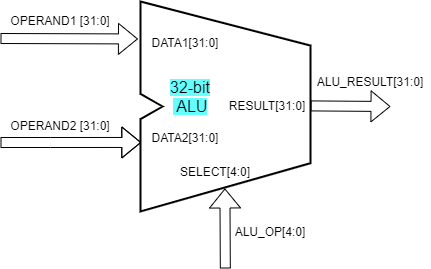
cepdnaclk/e16-co502-RV32IM-pipeline-implementation-group1 keeps this draw.io diagram as images/hardware_units/alu/alu.png. Above is the earlier version. Source tidied: cells renumbered, new cells last; positions are measured from the earlier drawing's top-left corner, leaving out a move shared by most shapes. The source it was exported from:
```xml
<mxGraphModel>
  <root>
    <mxCell id="0" />
    <mxCell id="1" parent="0" />
    <mxCell id="2" style="verticalLabelPosition=bottom;verticalAlign=top;html=1;shape=mxgraph.basic.polygon;polyCoords=[[0,0],[1,0.21],[1,0.53],[1,0.77],[0,1],[0,0.56],[0.13,0.5],[0,0.44]];polyline=0;strokeWidth=2;" parent="1" vertex="1">
      <mxGeometry x="140" width="170" height="210" as="geometry" />
    </mxCell>
    <mxCell id="3" value="&lt;font style=&quot;font-size: 16px ; background-color: rgb(102 , 255 , 255)&quot;&gt;32-bit&lt;br&gt;&amp;nbsp;ALU&lt;/font&gt;" style="text;html=1;strokeColor=none;fillColor=none;align=center;verticalAlign=middle;whiteSpace=wrap;rounded=0;" parent="1" vertex="1">
      <mxGeometry x="140" y="70" width="100" height="50" as="geometry" />
    </mxCell>
    <mxCell id="4" style="shape=flexArrow;endArrow=classic;html=1;entryX=-0.015;entryY=0.245;entryDx=0;entryDy=0;entryPerimeter=0;" parent="1" edge="1">
      <mxGeometry relative="1" as="geometry">
        <mxPoint y="37" as="sourcePoint" />
        <mxPoint x="137.4" y="37.5" as="targetPoint" />
      </mxGeometry>
    </mxCell>
    <mxCell id="5" style="shape=flexArrow;endArrow=classic;html=1;entryX=0.006;entryY=0.805;entryDx=0;entryDy=0;entryPerimeter=0;" parent="1" edge="1">
      <mxGeometry relative="1" as="geometry">
        <mxPoint y="141" as="sourcePoint" />
        <mxPoint x="140.8" y="141" as="targetPoint" />
        <Array as="points">
          <mxPoint x="50" y="141" />
        </Array>
      </mxGeometry>
    </mxCell>
    <mxCell id="6" style="shape=flexArrow;endArrow=classic;html=1;" parent="1" edge="1">
      <mxGeometry relative="1" as="geometry">
        <mxPoint x="310" y="104.4" as="sourcePoint" />
        <mxPoint x="390" y="105" as="targetPoint" />
      </mxGeometry>
    </mxCell>
    <mxCell id="7" value="OPERAND1 [31:0]" style="text;html=1;strokeColor=none;fillColor=none;align=center;verticalAlign=middle;whiteSpace=wrap;rounded=0;" parent="1" vertex="1">
      <mxGeometry y="9" width="120" height="20" as="geometry" />
    </mxCell>
    <mxCell id="8" value="OPERAND2 [31:0]" style="text;html=1;strokeColor=none;fillColor=none;align=center;verticalAlign=middle;whiteSpace=wrap;rounded=0;" parent="1" vertex="1">
      <mxGeometry y="114" width="120" height="20" as="geometry" />
    </mxCell>
    <mxCell id="9" value="DATA1[31:0]" style="text;html=1;strokeColor=none;fillColor=none;align=center;verticalAlign=middle;whiteSpace=wrap;rounded=0;" parent="1" vertex="1">
      <mxGeometry x="150" y="31" width="70" height="20" as="geometry" />
    </mxCell>
    <mxCell id="10" value="DATA2[31:0]" style="text;html=1;strokeColor=none;fillColor=none;align=center;verticalAlign=middle;whiteSpace=wrap;rounded=0;" parent="1" vertex="1">
      <mxGeometry x="150" y="126" width="70" height="20" as="geometry" />
    </mxCell>
    <mxCell id="11" style="shape=flexArrow;endArrow=classic;html=1;" parent="1" edge="1">
      <mxGeometry relative="1" as="geometry">
        <mxPoint x="224.8" y="267" as="sourcePoint" />
        <mxPoint x="224.4" y="187" as="targetPoint" />
      </mxGeometry>
    </mxCell>
    <mxCell id="12" value="SELECT[4:0]" style="text;html=1;strokeColor=none;fillColor=none;align=center;verticalAlign=middle;whiteSpace=wrap;rounded=0;" parent="1" vertex="1">
      <mxGeometry x="170" y="160" width="90" height="20" as="geometry" />
    </mxCell>
    <mxCell id="13" value="RESULT[31:0]" style="text;html=1;strokeColor=none;fillColor=none;align=center;verticalAlign=middle;whiteSpace=wrap;rounded=0;" parent="1" vertex="1">
      <mxGeometry x="207" y="94" width="120" height="20" as="geometry" />
    </mxCell>
    <mxCell id="14" value="ALU_RESULT[31:0]" style="text;html=1;strokeColor=none;fillColor=none;align=center;verticalAlign=middle;whiteSpace=wrap;rounded=0;" parent="1" vertex="1">
      <mxGeometry x="310" y="70" width="120" height="20" as="geometry" />
    </mxCell>
    <mxCell id="15" value="ALU_OP[4:0]" style="text;html=1;strokeColor=none;fillColor=none;align=center;verticalAlign=middle;whiteSpace=wrap;rounded=0;" parent="1" vertex="1">
      <mxGeometry x="210" y="220" width="120" height="20" as="geometry" />
    </mxCell>
  </root>
</mxGraphModel>
```
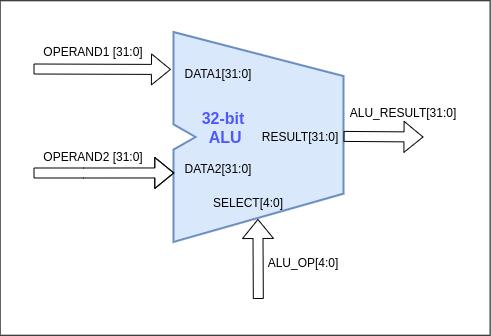
Above is the later version.

Change to the diagram source:
```diff
@@ -2,62 +2,68 @@
   <root>
     <mxCell id="0" />
     <mxCell id="1" parent="0" />
-    <mxCell id="2" style="verticalLabelPosition=bottom;verticalAlign=top;html=1;shape=mxgraph.basic.polygon;polyCoords=[[0,0],[1,0.21],[1,0.53],[1,0.77],[0,1],[0,0.56],[0.13,0.5],[0,0.44]];polyline=0;strokeWidth=2;" parent="1" vertex="1">
-      <mxGeometry x="140" width="170" height="210" as="geometry" />
+    <mxCell id="2" style="group;" parent="1" vertex="1">
+      <mxGeometry x="140" y="0.1" width="490" height="334.5" as="geometry" />
     </mxCell>
-    <mxCell id="3" value="&lt;font style=&quot;font-size: 16px ; background-color: rgb(102 , 255 , 255)&quot;&gt;32-bit&lt;br&gt;&amp;nbsp;ALU&lt;/font&gt;" style="text;html=1;strokeColor=none;fillColor=none;align=center;verticalAlign=middle;whiteSpace=wrap;rounded=0;" parent="1" vertex="1">
-      <mxGeometry x="140" y="70" width="100" height="50" as="geometry" />
+    <mxCell id="3" style="rounded=0;whiteSpace=wrap;html=1;" parent="2" vertex="1">
+      <mxGeometry width="490" height="334.5" as="geometry" />
     </mxCell>
-    <mxCell id="4" style="shape=flexArrow;endArrow=classic;html=1;entryX=-0.015;entryY=0.245;entryDx=0;entryDy=0;entryPerimeter=0;" parent="1" edge="1">
-      <mxGeometry relative="1" as="geometry">
-        <mxPoint y="37" as="sourcePoint" />
-        <mxPoint x="137.4" y="37.5" as="targetPoint" />
-      </mxGeometry>
+    <mxCell id="4" style="verticalLabelPosition=bottom;verticalAlign=top;html=1;shape=mxgraph.basic.polygon;polyCoords=[[0,0],[1,0.21],[1,0.53],[1,0.77],[0,1],[0,0.56],[0.13,0.5],[0,0.44]];polyline=0;strokeWidth=2;fillColor=#dae8fc;strokeColor=#6c8ebf;" parent="2" vertex="1">
+      <mxGeometry x="173.4" y="31.2" width="170" height="210" as="geometry" />
     </mxCell>
-    <mxCell id="5" style="shape=flexArrow;endArrow=classic;html=1;entryX=0.006;entryY=0.805;entryDx=0;entryDy=0;entryPerimeter=0;" parent="1" edge="1">
-      <mxGeometry relative="1" as="geometry">
-        <mxPoint y="141" as="sourcePoint" />
-        <mxPoint x="140.8" y="141" as="targetPoint" />
-        <Array as="points">
-          <mxPoint x="50" y="141" />
-        </Array>
-      </mxGeometry>
+    <mxCell id="5" value="&lt;font style=&quot;font-size: 16px&quot; color=&quot;#4d58ff&quot;&gt;&lt;b&gt;32-bit&lt;br&gt;&amp;nbsp;ALU&lt;/b&gt;&lt;/font&gt;" style="text;html=1;strokeColor=none;fillColor=none;align=center;verticalAlign=middle;whiteSpace=wrap;rounded=0;" parent="2" vertex="1">
+      <mxGeometry x="173.4" y="101.2" width="100" height="50" as="geometry" />
     </mxCell>
-    <mxCell id="6" style="shape=flexArrow;endArrow=classic;html=1;" parent="1" edge="1">
+    <mxCell id="6" style="shape=flexArrow;endArrow=classic;html=1;entryX=-0.015;entryY=0.245;entryDx=0;entryDy=0;entryPerimeter=0;" parent="2" edge="1">
       <mxGeometry relative="1" as="geometry">
-        <mxPoint x="310" y="104.4" as="sourcePoint" />
-        <mxPoint x="390" y="105" as="targetPoint" />
+        <mxPoint x="33.4" y="68.2" as="sourcePoint" />
+        <mxPoint x="170.8" y="68.7" as="targetPoint" />
       </mxGeometry>
     </mxCell>
-    <mxCell id="7" value="OPERAND1 [31:0]" style="text;html=1;strokeColor=none;fillColor=none;align=center;verticalAlign=middle;whiteSpace=wrap;rounded=0;" parent="1" vertex="1">
-      <mxGeometry y="9" width="120" height="20" as="geometry" />
+    <mxCell id="7" style="shape=flexArrow;endArrow=classic;html=1;entryX=0.006;entryY=0.805;entryDx=0;entryDy=0;entryPerimeter=0;" parent="2" edge="1">
+      <mxGeometry relative="1" as="geometry">
+        <mxPoint x="33.4" y="172.2" as="sourcePoint" />
+        <mxPoint x="174.2" y="172.2" as="targetPoint" />
+        <Array as="points">
+          <mxPoint x="83.4" y="172.2" />
+        </Array>
+      </mxGeometry>
     </mxCell>
-    <mxCell id="8" value="OPERAND2 [31:0]" style="text;html=1;strokeColor=none;fillColor=none;align=center;verticalAlign=middle;whiteSpace=wrap;rounded=0;" parent="1" vertex="1">
-      <mxGeometry y="114" width="120" height="20" as="geometry" />
+    <mxCell id="8" style="shape=flexArrow;endArrow=classic;html=1;" parent="2" edge="1">
+      <mxGeometry relative="1" as="geometry">
+        <mxPoint x="343.4" y="135.7" as="sourcePoint" />
+        <mxPoint x="423.4" y="136.2" as="targetPoint" />
+      </mxGeometry>
     </mxCell>
-    <mxCell id="9" value="DATA1[31:0]" style="text;html=1;strokeColor=none;fillColor=none;align=center;verticalAlign=middle;whiteSpace=wrap;rounded=0;" parent="1" vertex="1">
-      <mxGeometry x="150" y="31" width="70" height="20" as="geometry" />
+    <mxCell id="9" value="OPERAND1 [31:0]" style="text;html=1;strokeColor=none;fillColor=none;align=center;verticalAlign=middle;whiteSpace=wrap;rounded=0;" parent="2" vertex="1">
+      <mxGeometry x="33.4" y="40.2" width="120" height="20" as="geometry" />
     </mxCell>
-    <mxCell id="10" value="DATA2[31:0]" style="text;html=1;strokeColor=none;fillColor=none;align=center;verticalAlign=middle;whiteSpace=wrap;rounded=0;" parent="1" vertex="1">
-      <mxGeometry x="150" y="126" width="70" height="20" as="geometry" />
+    <mxCell id="10" value="OPERAND2 [31:0]" style="text;html=1;strokeColor=none;fillColor=none;align=center;verticalAlign=middle;whiteSpace=wrap;rounded=0;" parent="2" vertex="1">
+      <mxGeometry x="33.4" y="145.2" width="120" height="20" as="geometry" />
     </mxCell>
-    <mxCell id="11" style="shape=flexArrow;endArrow=classic;html=1;" parent="1" edge="1">
-      <mxGeometry relative="1" as="geometry">
-        <mxPoint x="224.8" y="267" as="sourcePoint" />
-        <mxPoint x="224.4" y="187" as="targetPoint" />
-      </mxGeometry>
+    <mxCell id="11" value="DATA1[31:0]" style="text;html=1;strokeColor=none;fillColor=none;align=center;verticalAlign=middle;whiteSpace=wrap;rounded=0;" parent="2" vertex="1">
+      <mxGeometry x="183.4" y="62.2" width="70" height="20" as="geometry" />
     </mxCell>
-    <mxCell id="12" value="SELECT[4:0]" style="text;html=1;strokeColor=none;fillColor=none;align=center;verticalAlign=middle;whiteSpace=wrap;rounded=0;" parent="1" vertex="1">
-      <mxGeometry x="170" y="160" width="90" height="20" as="geometry" />
+    <mxCell id="12" value="DATA2[31:0]" style="text;html=1;strokeColor=none;fillColor=none;align=center;verticalAlign=middle;whiteSpace=wrap;rounded=0;" parent="2" vertex="1">
+      <mxGeometry x="183.4" y="157.2" width="70" height="20" as="geometry" />
     </mxCell>
-    <mxCell id="13" value="RESULT[31:0]" style="text;html=1;strokeColor=none;fillColor=none;align=center;verticalAlign=middle;whiteSpace=wrap;rounded=0;" parent="1" vertex="1">
-      <mxGeometry x="207" y="94" width="120" height="20" as="geometry" />
+    <mxCell id="13" style="shape=flexArrow;endArrow=classic;html=1;" parent="2" edge="1">
+      <mxGeometry relative="1" as="geometry">
+        <mxPoint x="258.2" y="298.2" as="sourcePoint" />
+        <mxPoint x="257.8" y="218.2" as="targetPoint" />
+      </mxGeometry>
     </mxCell>
-    <mxCell id="14" value="ALU_RESULT[31:0]" style="text;html=1;strokeColor=none;fillColor=none;align=center;verticalAlign=middle;whiteSpace=wrap;rounded=0;" parent="1" vertex="1">
-      <mxGeometry x="310" y="70" width="120" height="20" as="geometry" />
+    <mxCell id="14" value="SELECT[4:0]" style="text;html=1;strokeColor=none;fillColor=none;align=center;verticalAlign=middle;whiteSpace=wrap;rounded=0;" parent="2" vertex="1">
+      <mxGeometry x="203.4" y="191.2" width="90" height="20" as="geometry" />
     </mxCell>
-    <mxCell id="15" value="ALU_OP[4:0]" style="text;html=1;strokeColor=none;fillColor=none;align=center;verticalAlign=middle;whiteSpace=wrap;rounded=0;" parent="1" vertex="1">
-      <mxGeometry x="210" y="220" width="120" height="20" as="geometry" />
+    <mxCell id="15" value="RESULT[31:0]" style="text;html=1;strokeColor=none;fillColor=none;align=center;verticalAlign=middle;whiteSpace=wrap;rounded=0;" parent="2" vertex="1">
+      <mxGeometry x="240.4" y="125.2" width="120" height="20" as="geometry" />
     </mxCell>
+    <mxCell id="16" value="ALU_RESULT[31:0]" style="text;html=1;strokeColor=none;fillColor=none;align=center;verticalAlign=middle;whiteSpace=wrap;rounded=0;" parent="2" vertex="1">
+      <mxGeometry x="343.4" y="101.2" width="120" height="20" as="geometry" />
+    </mxCell>
+    <mxCell id="17" value="ALU_OP[4:0]" style="text;html=1;strokeColor=none;fillColor=none;align=center;verticalAlign=middle;whiteSpace=wrap;rounded=0;" parent="2" vertex="1">
+      <mxGeometry x="243.4" y="251.2" width="120" height="20" as="geometry" />
+    </mxCell>
   </root>
 </mxGraphModel>
```
